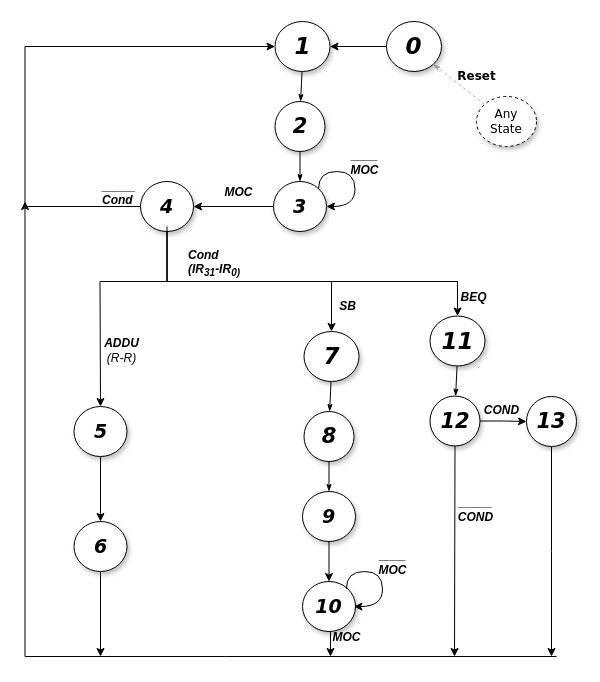
Above: CPU_State_Diag.drawio in TheParodicts/MIPS_CPU_Diagram (draw.io), before the change. Source tidied: cells renumbered, new cells numbered last; positions are measured from the earlier drawing's top-left corner, leaving out a move shared by most shapes. Both pictures are drawn from the tidied source at 100%, with x=0, y=0 at pixel (24, 21).
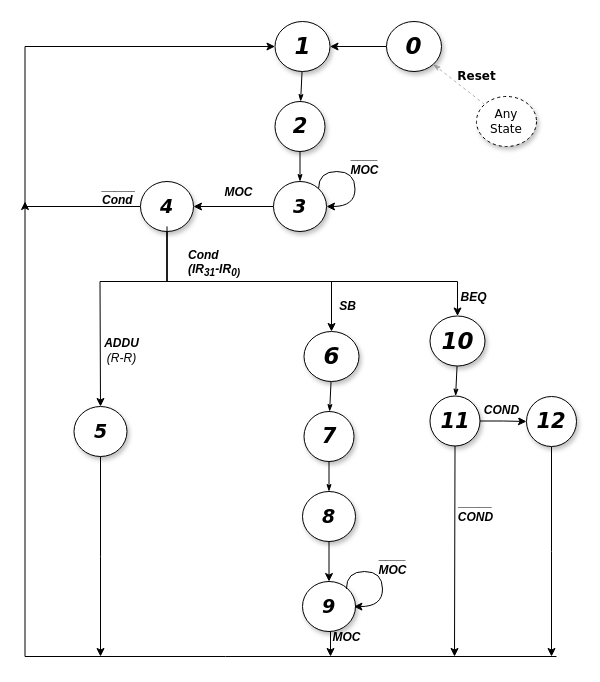
The same diagram, later.

Unchanged cells that the change refers to:
```xml
<mxCell id="19" value="&lt;span&gt;&lt;b&gt;&lt;i&gt;&lt;font style=&quot;font-size: 19px&quot;&gt;5&lt;/font&gt;&lt;/i&gt;&lt;/b&gt;&lt;/span&gt;" style="ellipse;whiteSpace=wrap;html=1;rounded=0;shadow=1;comic=0;labelBackgroundColor=none;strokeColor=#000000;strokeWidth=1;fillColor=#FFFFFF;fontFamily=Verdana;fontSize=12;fontColor=#000000;align=center;" parent="1" vertex="1">
  <mxGeometry x="49.5" y="385" width="53" height="50" as="geometry" />
</mxCell>
```

Diff of the diagram source:
```diff
@@
-    <mxCell id="18" style="edgeStyle=orthogonalEdgeStyle;rounded=0;jettySize=auto;html=1;" parent="1" edge="1" source="19" target="21">
-      <mxGeometry relative="1" as="geometry" />
+    <mxCell id="18" style="edgeStyle=orthogonalEdgeStyle;rounded=0;jettySize=auto;html=1;" parent="1" edge="1" source="19">
+      <mxGeometry relative="1" as="geometry">
+        <mxPoint x="76" y="635" as="targetPoint" />
+      </mxGeometry>
     </mxCell>
@@
-    <mxCell id="20" style="edgeStyle=orthogonalEdgeStyle;rounded=0;jettySize=auto;html=1;exitX=0.5;exitY=1;exitDx=0;exitDy=0;" parent="1" edge="1" source="21">
-      <mxGeometry relative="1" as="geometry">
-        <mxPoint x="76" y="635" as="targetPoint" />
-      </mxGeometry>
-    </mxCell>
-    <mxCell id="21" value="&lt;span&gt;&lt;b&gt;&lt;i&gt;&lt;font style=&quot;font-size: 19px&quot;&gt;6&lt;/font&gt;&lt;/i&gt;&lt;/b&gt;&lt;/span&gt;" style="ellipse;whiteSpace=wrap;html=1;rounded=0;shadow=1;comic=0;labelBackgroundColor=none;strokeColor=#000000;strokeWidth=1;fillColor=#FFFFFF;fontFamily=Verdana;fontSize=12;fontColor=#000000;align=center;" parent="1" vertex="1">
-      <mxGeometry x="49.5" y="500" width="53" height="50" as="geometry" />
-    </mxCell>
@@
-    <mxCell id="28" value="&lt;span style=&quot;font-size: 23px&quot;&gt;&lt;b&gt;&lt;i&gt;7&lt;/i&gt;&lt;/b&gt;&lt;/span&gt;" style="ellipse;whiteSpace=wrap;html=1;rounded=0;shadow=1;comic=0;labelBackgroundColor=none;strokeColor=#000000;strokeWidth=1;fillColor=#FFFFFF;fontFamily=Verdana;fontSize=12;fontColor=#000000;align=center;" parent="1" vertex="1">
+    <mxCell id="28" value="&lt;span style=&quot;font-size: 23px&quot;&gt;&lt;b&gt;&lt;i&gt;6&lt;/i&gt;&lt;/b&gt;&lt;/span&gt;" style="ellipse;whiteSpace=wrap;html=1;rounded=0;shadow=1;comic=0;labelBackgroundColor=none;strokeColor=#000000;strokeWidth=1;fillColor=#FFFFFF;fontFamily=Verdana;fontSize=12;fontColor=#000000;align=center;" parent="1" vertex="1">
       <mxGeometry x="279.5" y="310" width="55" height="50" as="geometry" />
     </mxCell>
@@
-    <mxCell id="30" value="&lt;span&gt;&lt;b&gt;&lt;i&gt;&lt;font style=&quot;font-size: 21px&quot;&gt;8&lt;/font&gt;&lt;/i&gt;&lt;/b&gt;&lt;/span&gt;" style="ellipse;whiteSpace=wrap;html=1;rounded=0;shadow=1;comic=0;labelBackgroundColor=none;strokeColor=#000000;strokeWidth=1;fillColor=#FFFFFF;fontFamily=Verdana;fontSize=12;fontColor=#000000;align=center;" parent="1" vertex="1">
+    <mxCell id="30" value="&lt;span&gt;&lt;b&gt;&lt;i&gt;&lt;font style=&quot;font-size: 21px&quot;&gt;7&lt;/font&gt;&lt;/i&gt;&lt;/b&gt;&lt;/span&gt;" style="ellipse;whiteSpace=wrap;html=1;rounded=0;shadow=1;comic=0;labelBackgroundColor=none;strokeColor=#000000;strokeWidth=1;fillColor=#FFFFFF;fontFamily=Verdana;fontSize=12;fontColor=#000000;align=center;" parent="1" vertex="1">
       <mxGeometry x="279.5" y="390" width="50" height="50" as="geometry" />
     </mxCell>
@@
-    <mxCell id="32" value="&lt;span&gt;&lt;b&gt;&lt;i&gt;&lt;font style=&quot;font-size: 19px&quot;&gt;9&lt;/font&gt;&lt;/i&gt;&lt;/b&gt;&lt;/span&gt;" style="ellipse;whiteSpace=wrap;html=1;rounded=0;shadow=1;comic=0;labelBackgroundColor=none;strokeColor=#000000;strokeWidth=1;fillColor=#FFFFFF;fontFamily=Verdana;fontSize=12;fontColor=#000000;align=center;" parent="1" vertex="1">
+    <mxCell id="32" value="&lt;span&gt;&lt;b&gt;&lt;i&gt;&lt;font style=&quot;font-size: 19px&quot;&gt;8&lt;/font&gt;&lt;/i&gt;&lt;/b&gt;&lt;/span&gt;" style="ellipse;whiteSpace=wrap;html=1;rounded=0;shadow=1;comic=0;labelBackgroundColor=none;strokeColor=#000000;strokeWidth=1;fillColor=#FFFFFF;fontFamily=Verdana;fontSize=12;fontColor=#000000;align=center;" parent="1" vertex="1">
       <mxGeometry x="278" y="470" width="53" height="50" as="geometry" />
     </mxCell>
@@
-    <mxCell id="34" value="&lt;span&gt;&lt;b&gt;&lt;i&gt;&lt;font style=&quot;font-size: 19px&quot;&gt;10&lt;/font&gt;&lt;/i&gt;&lt;/b&gt;&lt;/span&gt;" style="ellipse;whiteSpace=wrap;html=1;rounded=0;shadow=1;comic=0;labelBackgroundColor=none;strokeColor=#000000;strokeWidth=1;fillColor=#FFFFFF;fontFamily=Verdana;fontSize=12;fontColor=#000000;align=center;" parent="1" vertex="1">
+    <mxCell id="34" value="&lt;span&gt;&lt;b&gt;&lt;i&gt;&lt;font style=&quot;font-size: 19px&quot;&gt;9&lt;/font&gt;&lt;/i&gt;&lt;/b&gt;&lt;/span&gt;" style="ellipse;whiteSpace=wrap;html=1;rounded=0;shadow=1;comic=0;labelBackgroundColor=none;strokeColor=#000000;strokeWidth=1;fillColor=#FFFFFF;fontFamily=Verdana;fontSize=12;fontColor=#000000;align=center;" parent="1" vertex="1">
       <mxGeometry x="278" y="560" width="53" height="50" as="geometry" />
     </mxCell>
@@
-    <mxCell id="40" value="&lt;span style=&quot;font-size: 23px&quot;&gt;&lt;b&gt;&lt;i&gt;11&lt;/i&gt;&lt;/b&gt;&lt;/span&gt;" style="ellipse;whiteSpace=wrap;html=1;rounded=0;shadow=1;comic=0;labelBackgroundColor=none;strokeColor=#000000;strokeWidth=1;fillColor=#FFFFFF;fontFamily=Verdana;fontSize=12;fontColor=#000000;align=center;" parent="1" vertex="1">
+    <mxCell id="40" value="&lt;span style=&quot;font-size: 23px&quot;&gt;&lt;b&gt;&lt;i&gt;10&lt;/i&gt;&lt;/b&gt;&lt;/span&gt;" style="ellipse;whiteSpace=wrap;html=1;rounded=0;shadow=1;comic=0;labelBackgroundColor=none;strokeColor=#000000;strokeWidth=1;fillColor=#FFFFFF;fontFamily=Verdana;fontSize=12;fontColor=#000000;align=center;" parent="1" vertex="1">
       <mxGeometry x="405.5" y="294.5" width="55" height="50" as="geometry" />
     </mxCell>
@@
-    <mxCell id="45" value="&lt;span&gt;&lt;b&gt;&lt;i&gt;&lt;font style=&quot;font-size: 21px&quot;&gt;12&lt;/font&gt;&lt;/i&gt;&lt;/b&gt;&lt;/span&gt;" style="ellipse;whiteSpace=wrap;html=1;rounded=0;shadow=1;comic=0;labelBackgroundColor=none;strokeColor=#000000;strokeWidth=1;fillColor=#FFFFFF;fontFamily=Verdana;fontSize=12;fontColor=#000000;align=center;" parent="1" vertex="1">
+    <mxCell id="45" value="&lt;span&gt;&lt;b&gt;&lt;i&gt;&lt;font style=&quot;font-size: 21px&quot;&gt;11&lt;/font&gt;&lt;/i&gt;&lt;/b&gt;&lt;/span&gt;" style="ellipse;whiteSpace=wrap;html=1;rounded=0;shadow=1;comic=0;labelBackgroundColor=none;strokeColor=#000000;strokeWidth=1;fillColor=#FFFFFF;fontFamily=Verdana;fontSize=12;fontColor=#000000;align=center;" parent="1" vertex="1">
       <mxGeometry x="405.5" y="374.5" width="50" height="50" as="geometry" />
     </mxCell>
@@
-    <mxCell id="47" value="&lt;span&gt;&lt;b&gt;&lt;i&gt;&lt;font style=&quot;font-size: 21px&quot;&gt;13&lt;/font&gt;&lt;/i&gt;&lt;/b&gt;&lt;/span&gt;" style="ellipse;whiteSpace=wrap;html=1;rounded=0;shadow=1;comic=0;labelBackgroundColor=none;strokeColor=#000000;strokeWidth=1;fillColor=#FFFFFF;fontFamily=Verdana;fontSize=12;fontColor=#000000;align=center;" parent="1" vertex="1">
+    <mxCell id="47" value="&lt;span&gt;&lt;b&gt;&lt;i&gt;&lt;font style=&quot;font-size: 21px&quot;&gt;12&lt;/font&gt;&lt;/i&gt;&lt;/b&gt;&lt;/span&gt;" style="ellipse;whiteSpace=wrap;html=1;rounded=0;shadow=1;comic=0;labelBackgroundColor=none;strokeColor=#000000;strokeWidth=1;fillColor=#FFFFFF;fontFamily=Verdana;fontSize=12;fontColor=#000000;align=center;" parent="1" vertex="1">
       <mxGeometry x="502" y="375" width="50" height="50" as="geometry" />
     </mxCell>
```
